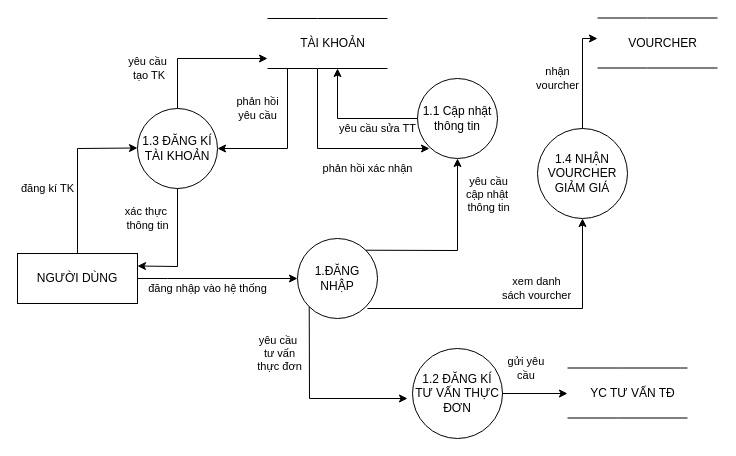
Earlier version of the draw.io diagram page "đăng nhập" (6 of 9) of Biểu đồ không có tiêu đề.drawio (trucka312/diagram). Source tidied: cells renumbered, new cells numbered last; positions are measured from the earlier drawing's top-left corner, leaving out a move shared by most shapes. Both pictures are drawn from the tidied source at 100%, with x=0, y=0 at pixel (17, 18).
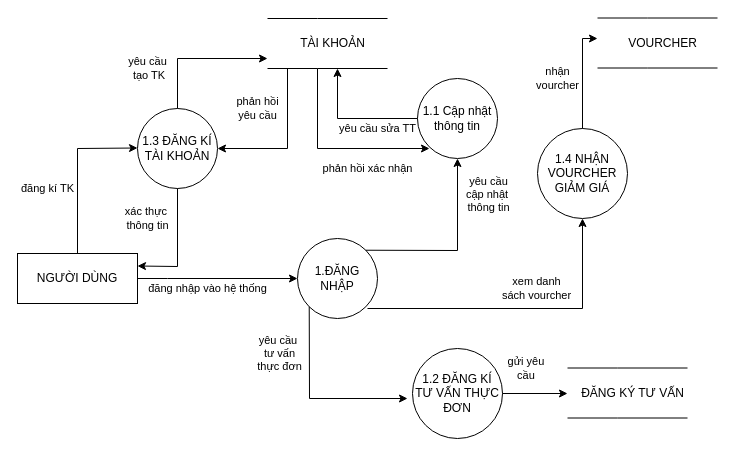
After the change.

Change to the diagram source:
```diff
@@
-    <mxCell id="21" value="YC TƯ VẤN TĐ" style="text;html=1;align=center;verticalAlign=middle;strokeColor=none;fillColor=none;" parent="1" vertex="1">
-      <mxGeometry x="560" y="359.5" width="110" height="30" as="geometry" />
+    <mxCell id="21" value="ĐĂNG KÝ TƯ VẤN" style="text;html=1;align=center;verticalAlign=middle;strokeColor=none;fillColor=none;" parent="1" vertex="1">
+      <mxGeometry x="550" y="359.5" width="130" height="30" as="geometry" />
     </mxCell>
```
